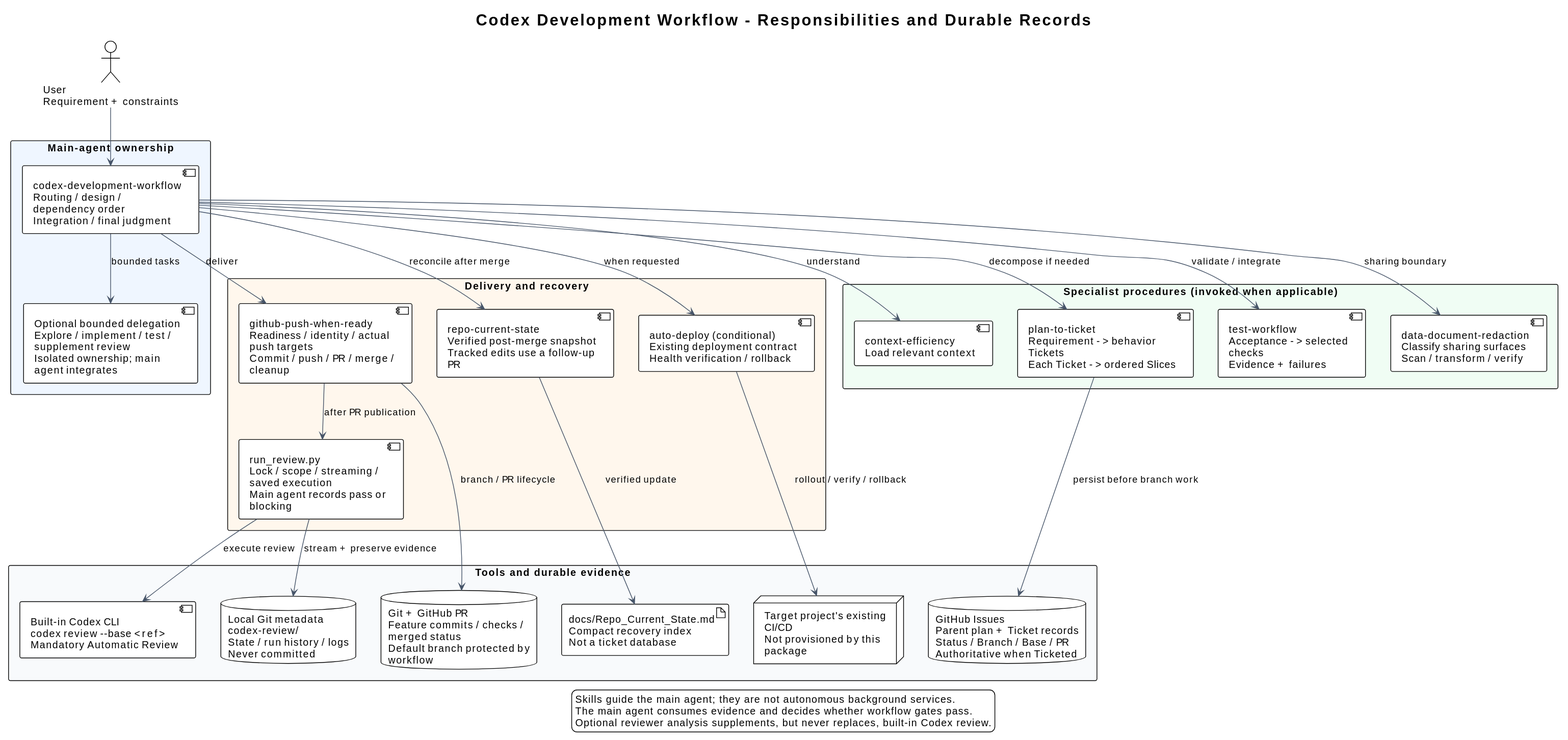
i-zrhe2016/codex-development-workflow keeps this PlantUML diagram as docs/diagrams/components.svg. Above is the earlier version.
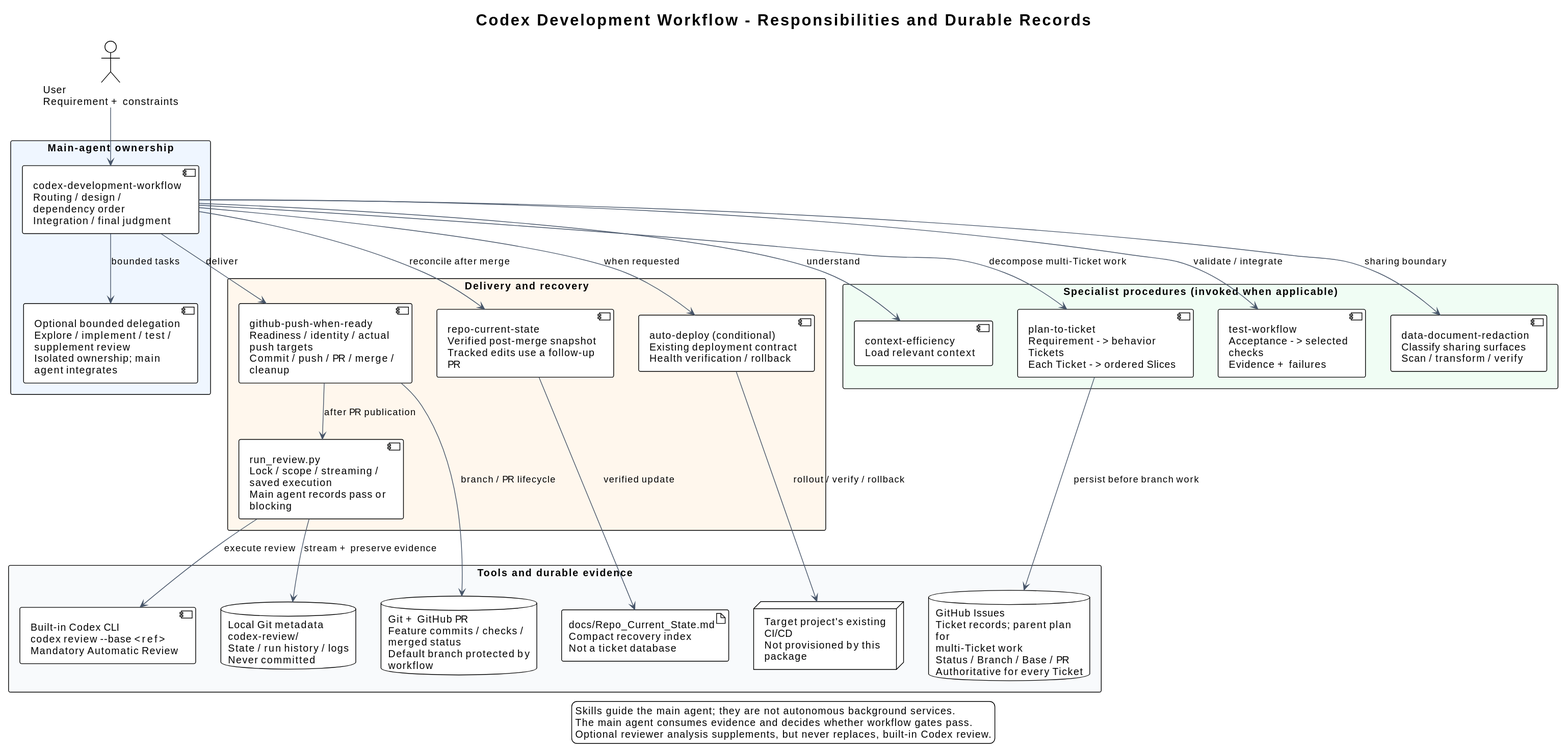
After the commit.

What changed in the source:
```diff
@@ -26,7 +26,7 @@
   component "auto-deploy (conditional)\nExisting deployment contract\nHealth verification / rollback" as deploy
 }
 package "Tools and durable evidence" #F8FAFC {
-  database "GitHub Issues\nParent plan + Ticket records\nStatus / Branch / Base / PR\nAuthoritative when Ticketed" as issues
+  database "GitHub Issues\nTicket records; parent plan for\nmulti-Ticket work\nStatus / Branch / Base / PR\nAuthoritative for every Ticket" as issues
   database "Git + GitHub PR\nFeature commits / checks / merged status\nDefault branch protected by workflow" as github
   component "Built-in Codex CLI\ncodex review --base <ref>\nMandatory Automatic Review" as cli
   database "Local Git metadata\ncodex-review/\nState / run history / logs\nNever committed" as logs
@@ -37,7 +37,7 @@
 user --> main
 main --> delegates : bounded tasks
 main --> context : understand
-main --> plan : decompose if needed
+main --> plan : decompose multi-Ticket work
 main --> tests : validate / integrate
 main --> redact : sharing boundary
 main --> publish : deliver
```
